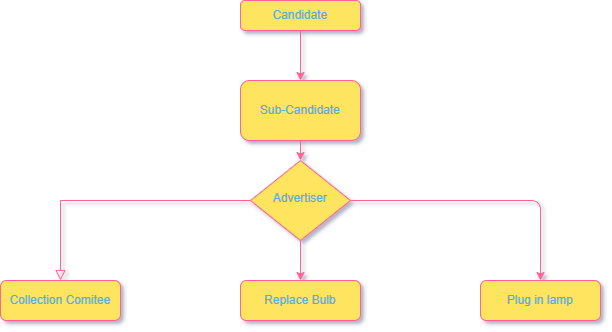
Before: Untitled Diagram.drawio.png, a diagram exported from draw.io (sangramdhurve/flowdiagram). Source tidied: cells renumbered, new cells last; positions are measured from the earlier drawing's top-left corner, leaving out a move shared by most shapes.
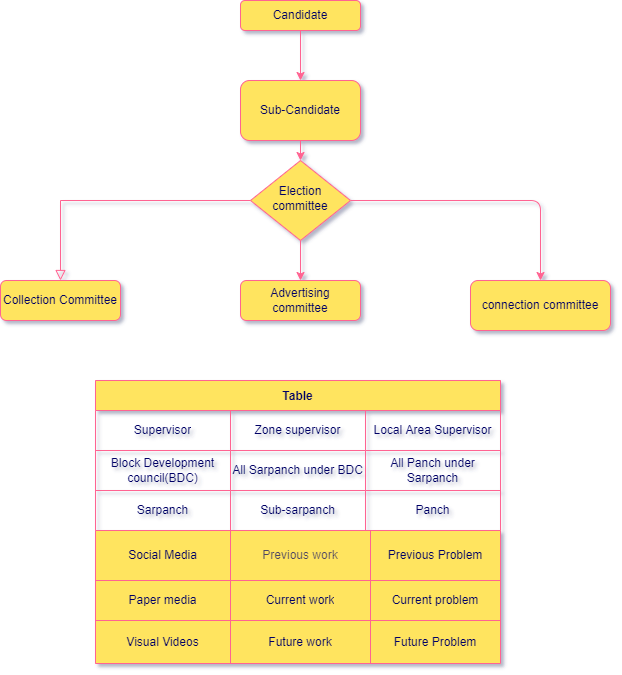
The same diagram one commit later.

Commit message:
Election Flowchart_Sangram

The edit, as a diff of the source:
```diff
@@ -2,38 +2,116 @@
   <root>
     <mxCell id="0" />
     <mxCell id="1" parent="0" />
-    <mxCell id="2" style="edgeStyle=none;rounded=0;jettySize=auto;html=1;strokeColor=#FF6392;fontColor=#5AA9E6;" parent="1" edge="1" source="3" target="11">
+    <mxCell id="2" style="edgeStyle=none;rounded=0;jettySize=auto;html=1;strokeColor=#FF6392;fontColor=#000066;" parent="1" edge="1" source="3" target="11">
       <mxGeometry relative="1" as="geometry" />
     </mxCell>
-    <mxCell id="3" value="Candidate" style="rounded=1;whiteSpace=wrap;html=1;fontSize=12;glass=0;strokeWidth=1;shadow=0;verticalAlign=middle;fillColor=#FFE45E;strokeColor=#FF6392;fontColor=#5AA9E6;" parent="1" vertex="1">
+    <mxCell id="3" value="Candidate" style="rounded=1;whiteSpace=wrap;html=1;fontSize=12;glass=0;strokeWidth=1;shadow=0;verticalAlign=middle;fillColor=#FFE45E;strokeColor=#FF6392;fontColor=#000066;" parent="1" vertex="1">
       <mxGeometry x="240" width="120" height="30" as="geometry" />
     </mxCell>
-    <mxCell id="4" style="rounded=0;jettySize=auto;fontSize=11;endArrow=block;endFill=0;endSize=8;strokeWidth=1;shadow=0;labelBackgroundColor=none;edgeStyle=orthogonalEdgeStyle;entryX=0.5;entryY=0;entryDx=0;entryDy=0;strokeColor=#FF6392;fontColor=#5AA9E6;html=1;" parent="1" edge="1" source="7" target="12">
+    <mxCell id="4" style="rounded=0;jettySize=auto;fontSize=11;endArrow=block;endFill=0;endSize=8;strokeWidth=1;shadow=0;labelBackgroundColor=none;edgeStyle=orthogonalEdgeStyle;entryX=0.5;entryY=0;entryDx=0;entryDy=0;strokeColor=#FF6392;fontColor=#000066;html=1;" parent="1" edge="1" source="7" target="12">
       <mxGeometry y="20" relative="1" as="geometry" />
     </mxCell>
-    <mxCell id="5" style="edgeStyle=none;rounded=0;jettySize=auto;html=1;strokeColor=#FF6392;fontColor=#5AA9E6;" parent="1" edge="1" source="7" target="9">
+    <mxCell id="5" style="edgeStyle=none;rounded=0;jettySize=auto;html=1;strokeColor=#FF6392;fontColor=#000066;" parent="1" edge="1" source="7" target="9">
       <mxGeometry relative="1" as="geometry" />
     </mxCell>
-    <mxCell id="6" style="edgeStyle=orthogonalEdgeStyle;curved=0;rounded=1;sketch=0;jettySize=auto;html=1;entryX=0.5;entryY=0;entryDx=0;entryDy=0;fontColor=#5AA9E6;strokeColor=#FF6392;fillColor=#FFE45E;" parent="1" edge="1" source="7" target="8">
+    <mxCell id="6" style="edgeStyle=orthogonalEdgeStyle;curved=0;rounded=1;sketch=0;jettySize=auto;html=1;entryX=0.5;entryY=0;entryDx=0;entryDy=0;fontColor=#000066;strokeColor=#FF6392;fillColor=#FFE45E;" parent="1" edge="1" source="7" target="8">
       <mxGeometry relative="1" as="geometry" />
     </mxCell>
-    <mxCell id="7" value="Advertiser" style="rhombus;whiteSpace=wrap;html=1;shadow=0;fontFamily=Helvetica;fontSize=12;align=center;strokeWidth=1;spacing=6;spacingTop=-4;fillColor=#FFE45E;strokeColor=#FF6392;fontColor=#5AA9E6;" parent="1" vertex="1">
+    <mxCell id="7" value="Election committee" style="rhombus;whiteSpace=wrap;html=1;shadow=0;fontFamily=Helvetica;fontSize=12;align=center;strokeWidth=1;spacing=6;spacingTop=-4;fillColor=#FFE45E;strokeColor=#FF6392;fontColor=#000066;" parent="1" vertex="1">
       <mxGeometry x="250" y="160" width="100" height="80" as="geometry" />
     </mxCell>
-    <mxCell id="8" value="Plug in lamp" style="rounded=1;whiteSpace=wrap;html=1;fontSize=12;glass=0;strokeWidth=1;shadow=0;fillColor=#FFE45E;strokeColor=#FF6392;fontColor=#5AA9E6;" parent="1" vertex="1">
-      <mxGeometry x="480" y="280" width="120" height="40" as="geometry" />
+    <mxCell id="8" value="connection committee" style="rounded=1;whiteSpace=wrap;html=1;fontSize=12;glass=0;strokeWidth=1;shadow=0;fillColor=#FFE45E;strokeColor=#FF6392;fontColor=#000066;" parent="1" vertex="1">
+      <mxGeometry x="470" y="280" width="140" height="50" as="geometry" />
     </mxCell>
-    <mxCell id="9" value="Replace Bulb" style="rounded=1;whiteSpace=wrap;html=1;fontSize=12;glass=0;strokeWidth=1;shadow=0;fillColor=#FFE45E;strokeColor=#FF6392;fontColor=#5AA9E6;" parent="1" vertex="1">
+    <mxCell id="9" value="Advertising committee" style="rounded=1;whiteSpace=wrap;html=1;fontSize=12;glass=0;strokeWidth=1;shadow=0;fillColor=#FFE45E;strokeColor=#FF6392;fontColor=#000066;" parent="1" vertex="1">
       <mxGeometry x="240" y="280" width="120" height="40" as="geometry" />
     </mxCell>
-    <mxCell id="10" style="edgeStyle=none;rounded=0;jettySize=auto;html=1;strokeColor=#FF6392;fontColor=#5AA9E6;" parent="1" edge="1" source="11" target="7">
+    <mxCell id="10" style="edgeStyle=none;rounded=0;jettySize=auto;html=1;strokeColor=#FF6392;fontColor=#000066;" parent="1" edge="1" source="11" target="7">
       <mxGeometry relative="1" as="geometry" />
     </mxCell>
-    <mxCell id="11" value="Sub-Candidate" style="rounded=1;whiteSpace=wrap;html=1;fillColor=#FFE45E;strokeColor=#FF6392;fontColor=#5AA9E6;" parent="1" vertex="1">
+    <mxCell id="11" value="Sub-Candidate" style="rounded=1;whiteSpace=wrap;html=1;fillColor=#FFE45E;strokeColor=#FF6392;fontColor=#000066;" parent="1" vertex="1">
       <mxGeometry x="240" y="80" width="120" height="60" as="geometry" />
     </mxCell>
-    <mxCell id="12" value="Collection Comitee" style="rounded=1;whiteSpace=wrap;html=1;fillColor=#FFE45E;strokeColor=#FF6392;fontColor=#5AA9E6;" parent="1" vertex="1">
+    <mxCell id="12" value="Collection Committee" style="rounded=1;whiteSpace=wrap;html=1;fillColor=#FFE45E;strokeColor=#FF6392;fontColor=#000066;" parent="1" vertex="1">
       <mxGeometry y="280" width="120" height="40" as="geometry" />
     </mxCell>
+    <mxCell id="13" value="Table" style="shape=table;startSize=30;fontStyle=1;align=center;rounded=0;sketch=0;fontColor=#000066;strokeColor=#FF6392;fillColor=#FFE45E;" parent="1" vertex="1">
+      <mxGeometry x="95" y="380" width="405" height="150" as="geometry" />
+    </mxCell>
+    <mxCell id="14" style="shape=tableRow;horizontal=0;startSize=0;swimlaneHead=0;swimlaneBody=0;top=0;left=0;bottom=0;right=0;fillColor=none;rounded=0;sketch=0;fontColor=#000066;strokeColor=#FF6392;" parent="13" vertex="1">
+      <mxGeometry y="30" width="405" height="40" as="geometry" />
+    </mxCell>
+    <mxCell id="15" value="Supervisor" style="shape=partialRectangle;html=1;whiteSpace=wrap;fillColor=none;top=0;left=0;bottom=0;right=0;overflow=hidden;rounded=0;sketch=0;fontColor=#000066;strokeColor=#FF6392;" parent="14" vertex="1">
+      <mxGeometry width="135" height="40" as="geometry" />
+    </mxCell>
+    <mxCell id="16" value="Zone supervisor" style="shape=partialRectangle;html=1;whiteSpace=wrap;fillColor=none;top=0;left=0;bottom=0;right=0;overflow=hidden;rounded=0;sketch=0;fontColor=#000066;strokeColor=#FF6392;" parent="14" vertex="1">
+      <mxGeometry x="135" width="135" height="40" as="geometry" />
+    </mxCell>
+    <mxCell id="17" value="Local Area Supervisor" style="shape=partialRectangle;html=1;whiteSpace=wrap;fillColor=none;top=0;left=0;bottom=0;right=0;overflow=hidden;rounded=0;sketch=0;fontColor=#000066;strokeColor=#FF6392;" parent="14" vertex="1">
+      <mxGeometry x="270" width="135" height="40" as="geometry" />
+    </mxCell>
+    <mxCell id="18" style="shape=tableRow;horizontal=0;startSize=0;swimlaneHead=0;swimlaneBody=0;top=0;left=0;bottom=0;right=0;fillColor=none;rounded=0;sketch=0;fontColor=#000066;strokeColor=#FF6392;" parent="13" vertex="1">
+      <mxGeometry y="70" width="405" height="40" as="geometry" />
+    </mxCell>
+    <mxCell id="19" value="Block Development council(BDC)" style="shape=partialRectangle;html=1;whiteSpace=wrap;fillColor=none;top=0;left=0;bottom=0;right=0;overflow=hidden;rounded=0;sketch=0;fontColor=#000066;strokeColor=#FF6392;" parent="18" vertex="1">
+      <mxGeometry width="135" height="40" as="geometry" />
+    </mxCell>
+    <mxCell id="20" value="All Sarpanch under BDC" style="shape=partialRectangle;html=1;whiteSpace=wrap;fillColor=none;top=0;left=0;bottom=0;right=0;overflow=hidden;rounded=0;sketch=0;fontColor=#000066;strokeColor=#FF6392;" parent="18" vertex="1">
+      <mxGeometry x="135" width="135" height="40" as="geometry" />
+    </mxCell>
+    <mxCell id="21" value="All Panch under Sarpanch" style="shape=partialRectangle;html=1;whiteSpace=wrap;fillColor=none;top=0;left=0;bottom=0;right=0;overflow=hidden;rounded=0;sketch=0;fontColor=#000066;strokeColor=#FF6392;" parent="18" vertex="1">
+      <mxGeometry x="270" width="135" height="40" as="geometry" />
+    </mxCell>
+    <mxCell id="22" style="shape=tableRow;horizontal=0;startSize=0;swimlaneHead=0;swimlaneBody=0;top=0;left=0;bottom=0;right=0;fillColor=none;rounded=0;sketch=0;fontColor=#000066;strokeColor=#FF6392;" parent="13" vertex="1">
+      <mxGeometry y="110" width="405" height="40" as="geometry" />
+    </mxCell>
+    <mxCell id="23" value="Sarpanch" style="shape=partialRectangle;html=1;whiteSpace=wrap;fillColor=none;top=0;left=0;bottom=0;right=0;overflow=hidden;rounded=0;sketch=0;fontColor=#000066;strokeColor=#FF6392;" parent="22" vertex="1">
+      <mxGeometry width="135" height="40" as="geometry" />
+    </mxCell>
+    <mxCell id="24" value="Sub-sarpanch" style="shape=partialRectangle;html=1;whiteSpace=wrap;fillColor=none;top=0;left=0;bottom=0;right=0;overflow=hidden;rounded=0;sketch=0;fontColor=#000066;strokeColor=#FF6392;" parent="22" vertex="1">
+      <mxGeometry x="135" width="135" height="40" as="geometry" />
+    </mxCell>
+    <mxCell id="25" value="Panch" style="shape=partialRectangle;html=1;whiteSpace=wrap;fillColor=none;top=0;left=0;bottom=0;right=0;overflow=hidden;rounded=0;sketch=0;fontColor=#000066;strokeColor=#FF6392;" parent="22" vertex="1">
+      <mxGeometry x="270" width="135" height="40" as="geometry" />
+    </mxCell>
+    <mxCell id="26" style="shape=table;html=1;whiteSpace=wrap;startSize=0;rounded=0;sketch=0;fontSize=12;fontColor=#000066;strokeColor=#FF6392;fillColor=#FFE45E;" parent="1" vertex="1">
+      <mxGeometry x="95" y="530" width="405" height="133" as="geometry" />
+    </mxCell>
+    <mxCell id="27" style="shape=tableRow;horizontal=0;startSize=0;swimlaneHead=0;swimlaneBody=0;top=0;left=0;bottom=0;right=0;fillColor=none;rounded=0;sketch=0;fontSize=12;fontColor=#000066;strokeColor=#FF6392;" parent="26" vertex="1">
+      <mxGeometry width="405" height="50" as="geometry" />
+    </mxCell>
+    <mxCell id="28" value="Social Media" style="shape=partialRectangle;html=1;whiteSpace=wrap;fillColor=none;top=0;left=0;bottom=0;right=0;overflow=hidden;rounded=0;sketch=0;fontSize=12;fontColor=#000066;strokeColor=#FF6392;" parent="27" vertex="1">
+      <mxGeometry width="135" height="50" as="geometry" />
+    </mxCell>
+    <mxCell id="29" value="Previous work" style="shape=partialRectangle;html=1;whiteSpace=wrap;fillColor=none;top=0;left=0;bottom=0;right=0;overflow=hidden;rounded=0;sketch=0;fontSize=12;fontColor=#000066;strokeColor=#FF6392;textOpacity=70;" parent="27" vertex="1">
+      <mxGeometry x="135" width="140" height="50" as="geometry" />
+    </mxCell>
+    <mxCell id="30" value="Previous Problem" style="shape=partialRectangle;html=1;whiteSpace=wrap;fillColor=none;top=0;left=0;bottom=0;right=0;overflow=hidden;rounded=0;sketch=0;fontSize=12;fontColor=#000066;strokeColor=#FF6392;" parent="27" vertex="1">
+      <mxGeometry x="275" width="130" height="50" as="geometry" />
+    </mxCell>
+    <mxCell id="31" style="shape=tableRow;horizontal=0;startSize=0;swimlaneHead=0;swimlaneBody=0;top=0;left=0;bottom=0;right=0;fillColor=none;rounded=0;sketch=0;fontSize=12;fontColor=#000066;strokeColor=#FF6392;" parent="26" vertex="1">
+      <mxGeometry y="50" width="405" height="40" as="geometry" />
+    </mxCell>
+    <mxCell id="32" value="Paper media" style="shape=partialRectangle;html=1;whiteSpace=wrap;fillColor=none;top=0;left=0;bottom=0;right=0;overflow=hidden;rounded=0;sketch=0;fontSize=12;fontColor=#000066;strokeColor=#FF6392;" parent="31" vertex="1">
+      <mxGeometry width="135" height="40" as="geometry" />
+    </mxCell>
+    <mxCell id="33" value="Current work" style="shape=partialRectangle;html=1;whiteSpace=wrap;fillColor=none;top=0;left=0;bottom=0;right=0;overflow=hidden;rounded=0;sketch=0;fontSize=12;fontColor=#000066;strokeColor=#FF6392;" parent="31" vertex="1">
+      <mxGeometry x="135" width="140" height="40" as="geometry" />
+    </mxCell>
+    <mxCell id="34" value="Current problem" style="shape=partialRectangle;html=1;whiteSpace=wrap;fillColor=none;top=0;left=0;bottom=0;right=0;overflow=hidden;rounded=0;sketch=0;fontSize=12;fontColor=#000066;strokeColor=#FF6392;" parent="31" vertex="1">
+      <mxGeometry x="275" width="130" height="40" as="geometry" />
+    </mxCell>
+    <mxCell id="35" style="shape=tableRow;horizontal=0;startSize=0;swimlaneHead=0;swimlaneBody=0;top=0;left=0;bottom=0;right=0;fillColor=none;rounded=0;sketch=0;fontSize=12;fontColor=#000066;strokeColor=#FF6392;" parent="26" vertex="1">
+      <mxGeometry y="90" width="405" height="43" as="geometry" />
+    </mxCell>
+    <mxCell id="36" value="Visual Videos" style="shape=partialRectangle;html=1;whiteSpace=wrap;fillColor=none;top=0;left=0;bottom=0;right=0;overflow=hidden;rounded=0;sketch=0;fontSize=12;fontColor=#000066;strokeColor=#FF6392;" parent="35" vertex="1">
+      <mxGeometry width="135" height="43" as="geometry" />
+    </mxCell>
+    <mxCell id="37" value="Future work" style="shape=partialRectangle;html=1;whiteSpace=wrap;fillColor=none;top=0;left=0;bottom=0;right=0;overflow=hidden;rounded=0;sketch=0;fontSize=12;fontColor=#000066;strokeColor=#FF6392;" parent="35" vertex="1">
+      <mxGeometry x="135" width="140" height="43" as="geometry" />
+    </mxCell>
+    <mxCell id="38" value="Future Problem" style="shape=partialRectangle;html=1;whiteSpace=wrap;fillColor=none;top=0;left=0;bottom=0;right=0;overflow=hidden;rounded=0;sketch=0;fontSize=12;fontColor=#000066;strokeColor=#FF6392;" parent="35" vertex="1">
+      <mxGeometry x="275" width="130" height="43" as="geometry" />
+    </mxCell>
   </root>
 </mxGraphModel>
```
